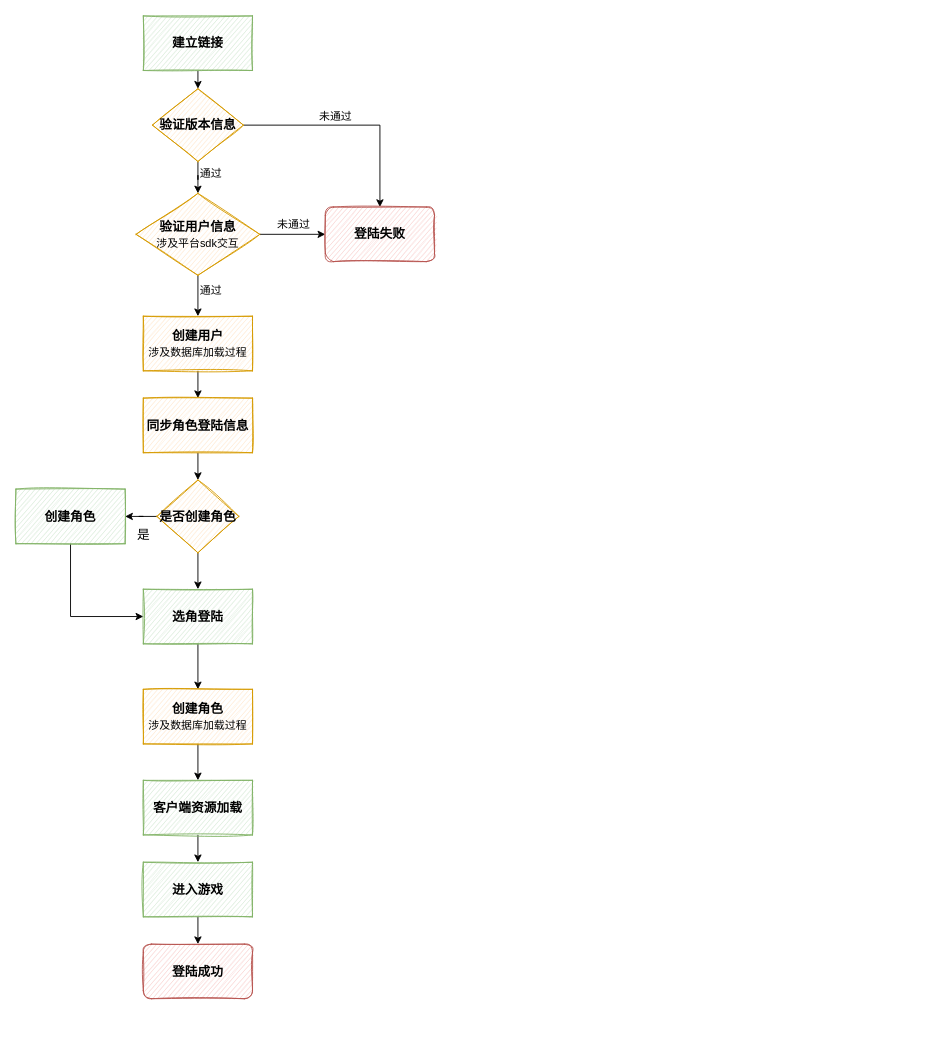
This is page "登陆逻辑图" (10 of 11) of i-server.drawio from hsoul/lqua, a draw.io file, before an edit. Source tidied: cells renumbered, new cells numbered last; positions are measured from the earlier drawing's top-left corner, leaving out a move shared by most shapes. Both pictures are drawn from the tidied source at 91%, with x=0, y=0 at pixel (15, 15).
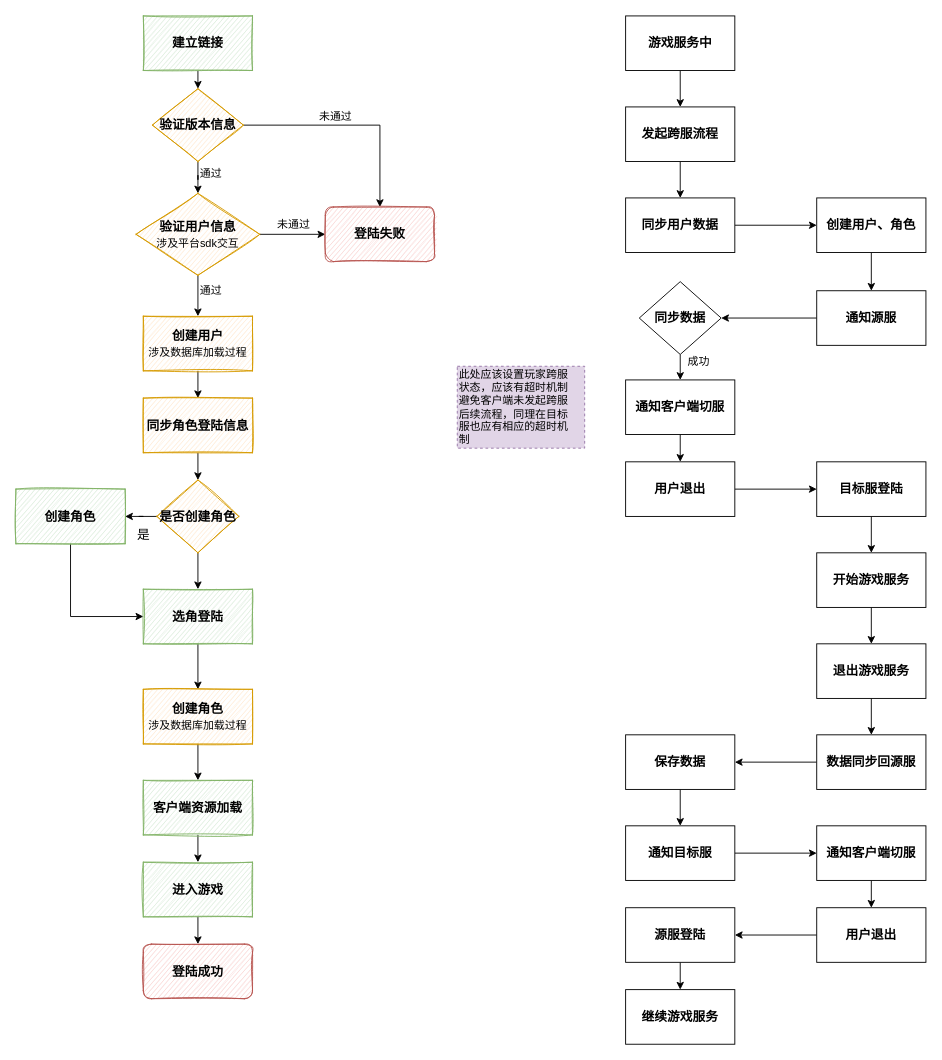
The same page after the edit.

The edit, as a diff of the source:
```diff
@@
+    <mxCell id="34" style="edgeStyle=orthogonalEdgeStyle;rounded=0;jettySize=auto;html=1;exitX=0.5;exitY=1;exitDx=0;exitDy=0;entryX=0.5;entryY=0;entryDx=0;entryDy=0;fontSize=12;" parent="1" edge="1" source="35" target="37">
+      <mxGeometry relative="1" as="geometry" />
+    </mxCell>
+    <mxCell id="35" value="游戏服务中" style="rounded=0;whiteSpace=wrap;html=1;sketch=0;fontSize=14;fontStyle=1;" parent="1" vertex="1">
+      <mxGeometry x="670" width="120" height="60" as="geometry" />
+    </mxCell>
+    <mxCell id="36" style="edgeStyle=orthogonalEdgeStyle;rounded=0;jettySize=auto;html=1;exitX=0.5;exitY=1;exitDx=0;exitDy=0;entryX=0.5;entryY=0;entryDx=0;entryDy=0;fontSize=12;" parent="1" edge="1" source="37" target="39">
+      <mxGeometry relative="1" as="geometry" />
+    </mxCell>
+    <mxCell id="37" value="发起跨服流程" style="rounded=0;whiteSpace=wrap;html=1;sketch=0;fontSize=14;fontStyle=1;" parent="1" vertex="1">
+      <mxGeometry x="670" y="100" width="120" height="60" as="geometry" />
+    </mxCell>
+    <mxCell id="38" style="edgeStyle=orthogonalEdgeStyle;rounded=0;jettySize=auto;html=1;exitX=1;exitY=0.5;exitDx=0;exitDy=0;entryX=0;entryY=0.5;entryDx=0;entryDy=0;fontSize=12;" parent="1" edge="1" source="39" target="41">
+      <mxGeometry relative="1" as="geometry" />
+    </mxCell>
+    <mxCell id="39" value="同步用户数据" style="rounded=0;whiteSpace=wrap;html=1;sketch=0;fontSize=14;fontStyle=1;" parent="1" vertex="1">
+      <mxGeometry x="670" y="200" width="120" height="60" as="geometry" />
+    </mxCell>
+    <mxCell id="40" style="edgeStyle=orthogonalEdgeStyle;rounded=0;jettySize=auto;html=1;exitX=0.5;exitY=1;exitDx=0;exitDy=0;entryX=0.5;entryY=0;entryDx=0;entryDy=0;fontSize=12;" parent="1" edge="1" source="41" target="43">
+      <mxGeometry relative="1" as="geometry" />
+    </mxCell>
+    <mxCell id="41" value="创建用户、角色" style="rounded=0;whiteSpace=wrap;html=1;sketch=0;fontSize=14;fontStyle=1;" parent="1" vertex="1">
+      <mxGeometry x="880" y="200" width="120" height="60" as="geometry" />
+    </mxCell>
+    <mxCell id="42" style="edgeStyle=orthogonalEdgeStyle;rounded=0;jettySize=auto;html=1;exitX=0;exitY=0.5;exitDx=0;exitDy=0;entryX=1;entryY=0.5;entryDx=0;entryDy=0;fontSize=12;" parent="1" edge="1" source="43" target="57">
+      <mxGeometry relative="1" as="geometry" />
+    </mxCell>
+    <mxCell id="43" value="通知源服" style="rounded=0;whiteSpace=wrap;html=1;sketch=0;fontSize=14;fontStyle=1;" parent="1" vertex="1">
+      <mxGeometry x="880" y="302" width="120" height="60" as="geometry" />
+    </mxCell>
+    <mxCell id="44" style="edgeStyle=orthogonalEdgeStyle;rounded=0;jettySize=auto;html=1;exitX=1;exitY=0.5;exitDx=0;exitDy=0;entryX=0;entryY=0.5;entryDx=0;entryDy=0;fontSize=12;" parent="1" edge="1" source="45" target="47">
+      <mxGeometry relative="1" as="geometry" />
+    </mxCell>
+    <mxCell id="45" value="用户退出" style="rounded=0;whiteSpace=wrap;html=1;sketch=0;fontSize=14;fontStyle=1;" parent="1" vertex="1">
+      <mxGeometry x="670" y="490" width="120" height="60" as="geometry" />
+    </mxCell>
+    <mxCell id="46" style="edgeStyle=orthogonalEdgeStyle;rounded=0;jettySize=auto;html=1;exitX=0.5;exitY=1;exitDx=0;exitDy=0;entryX=0.5;entryY=0;entryDx=0;entryDy=0;fontSize=12;" parent="1" edge="1" source="47" target="53">
+      <mxGeometry relative="1" as="geometry" />
+    </mxCell>
+    <mxCell id="47" value="目标服登陆" style="rounded=0;whiteSpace=wrap;html=1;sketch=0;fontSize=14;fontStyle=1;" parent="1" vertex="1">
+      <mxGeometry x="880" y="490" width="120" height="60" as="geometry" />
+    </mxCell>
+    <mxCell id="48" style="edgeStyle=orthogonalEdgeStyle;rounded=0;jettySize=auto;html=1;exitX=0.5;exitY=1;exitDx=0;exitDy=0;entryX=0.5;entryY=0;entryDx=0;entryDy=0;fontSize=12;" parent="1" edge="1" source="49" target="51">
+      <mxGeometry relative="1" as="geometry" />
+    </mxCell>
+    <mxCell id="49" value="退出游戏服务" style="rounded=0;whiteSpace=wrap;html=1;sketch=0;fontSize=14;fontStyle=1;" parent="1" vertex="1">
+      <mxGeometry x="880" y="690" width="120" height="60" as="geometry" />
+    </mxCell>
+    <mxCell id="50" style="edgeStyle=orthogonalEdgeStyle;rounded=0;jettySize=auto;html=1;exitX=0;exitY=0.5;exitDx=0;exitDy=0;entryX=1;entryY=0.5;entryDx=0;entryDy=0;fontSize=12;" parent="1" edge="1" source="51" target="55">
+      <mxGeometry relative="1" as="geometry" />
+    </mxCell>
+    <mxCell id="51" value="数据同步回源服" style="rounded=0;whiteSpace=wrap;html=1;sketch=0;fontSize=14;fontStyle=1;" parent="1" vertex="1">
+      <mxGeometry x="880" y="790" width="120" height="60" as="geometry" />
+    </mxCell>
+    <mxCell id="52" style="edgeStyle=orthogonalEdgeStyle;rounded=0;jettySize=auto;html=1;exitX=0.5;exitY=1;exitDx=0;exitDy=0;entryX=0.5;entryY=0;entryDx=0;entryDy=0;fontSize=12;" parent="1" edge="1" source="53" target="49">
+      <mxGeometry relative="1" as="geometry" />
+    </mxCell>
+    <mxCell id="53" value="开始游戏服务" style="rounded=0;whiteSpace=wrap;html=1;sketch=0;fontSize=14;fontStyle=1;" parent="1" vertex="1">
+      <mxGeometry x="880" y="590" width="120" height="60" as="geometry" />
+    </mxCell>
+    <mxCell id="54" style="edgeStyle=orthogonalEdgeStyle;rounded=0;jettySize=auto;html=1;exitX=0.5;exitY=1;exitDx=0;exitDy=0;entryX=0.5;entryY=0;entryDx=0;entryDy=0;fontSize=12;" parent="1" edge="1" source="55" target="63">
+      <mxGeometry relative="1" as="geometry" />
+    </mxCell>
+    <mxCell id="55" value="保存数据" style="rounded=0;whiteSpace=wrap;html=1;sketch=0;fontSize=14;fontStyle=1;" parent="1" vertex="1">
+      <mxGeometry x="670" y="790" width="120" height="60" as="geometry" />
+    </mxCell>
+    <mxCell id="56" style="edgeStyle=orthogonalEdgeStyle;rounded=0;jettySize=auto;html=1;exitX=0.5;exitY=1;exitDx=0;exitDy=0;entryX=0.5;entryY=0;entryDx=0;entryDy=0;fontSize=12;" parent="1" edge="1" source="57" target="61">
+      <mxGeometry relative="1" as="geometry" />
+    </mxCell>
+    <mxCell id="57" value="同步数据" style="rhombus;whiteSpace=wrap;html=1;sketch=0;fontSize=14;fontStyle=1;" parent="1" vertex="1">
+      <mxGeometry x="685" y="292" width="90" height="80" as="geometry" />
+    </mxCell>
+    <mxCell id="58" style="edgeStyle=orthogonalEdgeStyle;rounded=0;jettySize=auto;html=1;exitX=0.5;exitY=1;exitDx=0;exitDy=0;entryX=0.5;entryY=0;entryDx=0;entryDy=0;fontSize=12;" parent="1" edge="1" source="59" target="65">
+      <mxGeometry relative="1" as="geometry" />
+    </mxCell>
+    <mxCell id="59" value="通知客户端切服" style="rounded=0;whiteSpace=wrap;html=1;sketch=0;fontSize=14;fontStyle=1;" parent="1" vertex="1">
+      <mxGeometry x="880" y="890" width="120" height="60" as="geometry" />
+    </mxCell>
+    <mxCell id="60" style="edgeStyle=orthogonalEdgeStyle;rounded=0;jettySize=auto;html=1;exitX=0.5;exitY=1;exitDx=0;exitDy=0;entryX=0.5;entryY=0;entryDx=0;entryDy=0;fontSize=12;" parent="1" edge="1" source="61" target="45">
+      <mxGeometry relative="1" as="geometry" />
+    </mxCell>
+    <mxCell id="61" value="通知客户端切服" style="rounded=0;whiteSpace=wrap;html=1;sketch=0;fontSize=14;fontStyle=1;" parent="1" vertex="1">
+      <mxGeometry x="670" y="400" width="120" height="60" as="geometry" />
+    </mxCell>
+    <mxCell id="62" style="edgeStyle=orthogonalEdgeStyle;rounded=0;jettySize=auto;html=1;exitX=1;exitY=0.5;exitDx=0;exitDy=0;entryX=0;entryY=0.5;entryDx=0;entryDy=0;fontSize=12;" parent="1" edge="1" source="63" target="59">
+      <mxGeometry relative="1" as="geometry" />
+    </mxCell>
+    <mxCell id="63" value="通知目标服" style="rounded=0;whiteSpace=wrap;html=1;sketch=0;fontSize=14;fontStyle=1;" parent="1" vertex="1">
+      <mxGeometry x="670" y="890" width="120" height="60" as="geometry" />
+    </mxCell>
+    <mxCell id="64" style="edgeStyle=orthogonalEdgeStyle;rounded=0;jettySize=auto;html=1;exitX=0;exitY=0.5;exitDx=0;exitDy=0;entryX=1;entryY=0.5;entryDx=0;entryDy=0;fontSize=12;" parent="1" edge="1" source="65" target="67">
+      <mxGeometry relative="1" as="geometry" />
+    </mxCell>
+    <mxCell id="65" value="用户退出" style="rounded=0;whiteSpace=wrap;html=1;sketch=0;fontSize=14;fontStyle=1;" parent="1" vertex="1">
+      <mxGeometry x="880" y="980" width="120" height="60" as="geometry" />
+    </mxCell>
+    <mxCell id="66" style="edgeStyle=orthogonalEdgeStyle;rounded=0;jettySize=auto;html=1;exitX=0.5;exitY=1;exitDx=0;exitDy=0;entryX=0.5;entryY=0;entryDx=0;entryDy=0;fontSize=12;" parent="1" edge="1" source="67" target="68">
+      <mxGeometry relative="1" as="geometry" />
+    </mxCell>
+    <mxCell id="67" value="源服登陆" style="rounded=0;whiteSpace=wrap;html=1;sketch=0;fontSize=14;fontStyle=1;" parent="1" vertex="1">
+      <mxGeometry x="670" y="980" width="120" height="60" as="geometry" />
+    </mxCell>
+    <mxCell id="68" value="继续游戏服务" style="rounded=0;whiteSpace=wrap;html=1;sketch=0;fontSize=14;fontStyle=1;" parent="1" vertex="1">
+      <mxGeometry x="670" y="1070" width="120" height="60" as="geometry" />
+    </mxCell>
+    <mxCell id="69" value="成功" style="text;html=1;align=center;verticalAlign=middle;fontSize=12;" parent="1" vertex="1">
+      <mxGeometry x="730" y="370" width="40" height="20" as="geometry" />
+    </mxCell>
+    <mxCell id="70" value="此处应该设置玩家跨服&lt;br&gt;状态，应该有超时机制&lt;br&gt;避免客户端未发起跨服&lt;br&gt;后续流程，同理在目标&lt;br&gt;服也应有相应的超时机&lt;br&gt;制" style="text;html=1;align=left;verticalAlign=middle;fillColor=#e1d5e7;rounded=0;glass=0;sketch=0;dashed=1;strokeColor=#9673a6;" parent="1" vertex="1">
+      <mxGeometry x="485" y="385" width="140" height="90" as="geometry" />
+    </mxCell>
```
